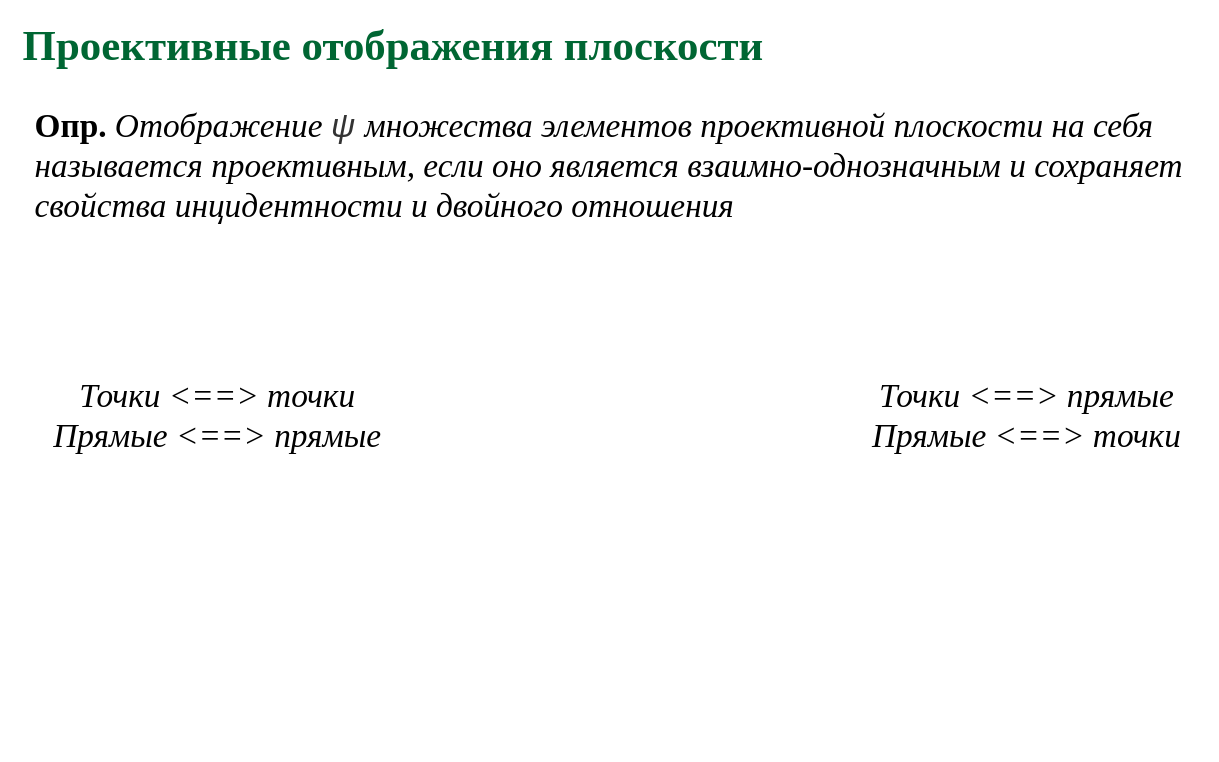
This is page "p06" (6 of 7) of slides/proj_mapp.drawio from amcp-pit/geom_course, a draw.io file, before an edit. Source tidied: cells renumbered, new cells numbered last; positions are measured from the earlier drawing's top-left corner, leaving out a move shared by most shapes. Both pictures are drawn from the tidied source at 119%, with x=0, y=0 at pixel (20, 33).
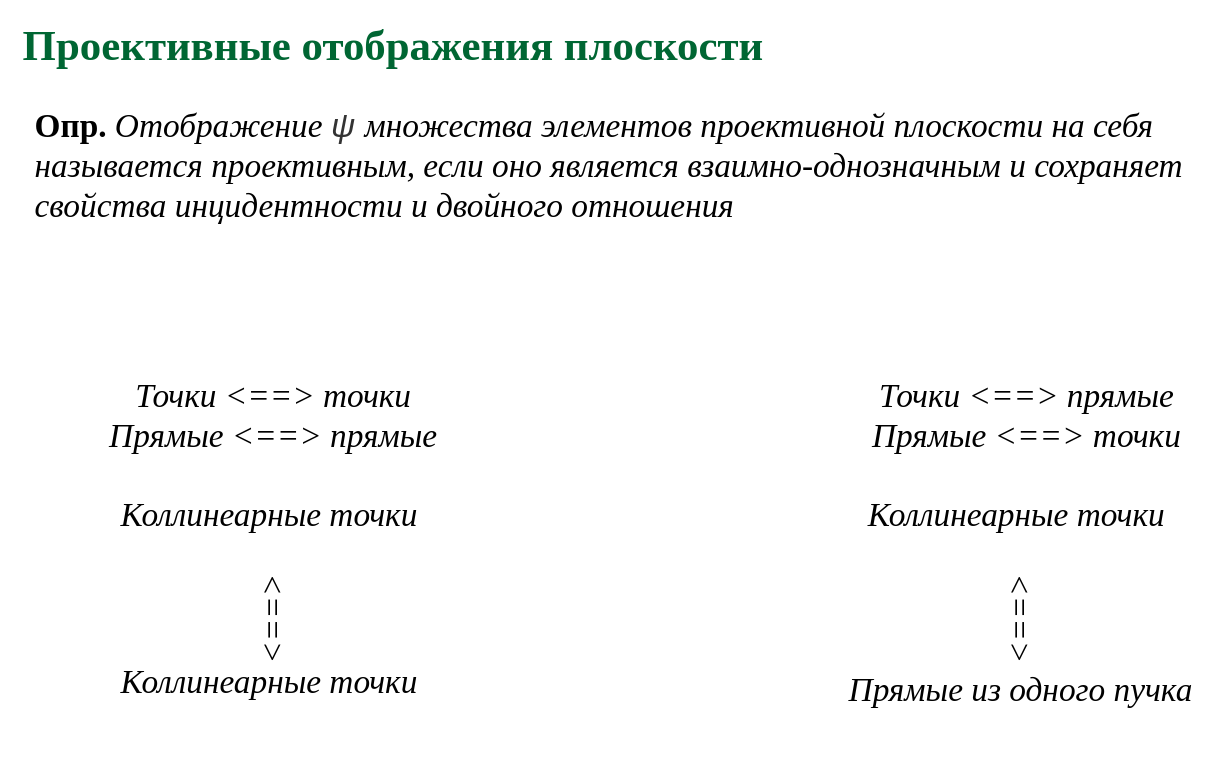
The same page after the edit.

Change to the diagram source:
```diff
@@
 <mxGraphModel>
   <root>
     <mxCell id="0" />
     <mxCell id="1" parent="0" />
     <mxCell id="2" value="&lt;font color=&quot;#006633&quot; face=&quot;garamond&quot;&gt;&lt;span style=&quot;font-size: 36px&quot;&gt;&lt;b&gt;Проективные отображения плоскости&lt;/b&gt;&lt;/span&gt;&lt;/font&gt;" style="text;html=1;align=left;verticalAlign=middle;whiteSpace=wrap;rounded=0;" parent="1" vertex="1">
       <mxGeometry width="920" height="20" as="geometry" />
     </mxCell>
     <mxCell id="3" value="&lt;font face=&quot;Times New Roman&quot; style=&quot;font-size: 28px&quot;&gt;&lt;i&gt;Точки &amp;lt;==&amp;gt; точки&lt;br&gt;Прямые &amp;lt;==&amp;gt; прямые&lt;/i&gt;&lt;/font&gt;" style="text;html=1;align=center;verticalAlign=middle;" parent="1" vertex="1">
-      <mxGeometry x="20" y="301" width="290" height="40" as="geometry" />
+      <mxGeometry x="67" y="301" width="290" height="40" as="geometry" />
     </mxCell>
     <mxCell id="4" value="&lt;font face=&quot;Times New Roman&quot; style=&quot;font-size: 28px&quot;&gt;&lt;i&gt;Точки &amp;lt;==&amp;gt; прямые&lt;br&gt;Прямые &amp;lt;==&amp;gt; точки&lt;/i&gt;&lt;/font&gt;" style="text;html=1;align=center;verticalAlign=middle;" parent="1" vertex="1">
       <mxGeometry x="705" y="301" width="280" height="40" as="geometry" />
     </mxCell>
     <mxCell id="5" value="&lt;div&gt;&lt;/div&gt;&lt;b style=&quot;font-size: 28px ; font-family: &amp;#34;times new roman&amp;#34;&quot;&gt;Опр.&lt;/b&gt;&lt;span style=&quot;font-size: 28px ; font-family: &amp;#34;times new roman&amp;#34;&quot;&gt;&amp;nbsp;&lt;/span&gt;&lt;i style=&quot;font-size: 28px ; font-family: &amp;#34;times new roman&amp;#34;&quot;&gt;Отображение&amp;nbsp;&lt;/i&gt;&lt;span style=&quot;color: rgb(51 , 51 , 51) ; font-family: &amp;#34;u0000&amp;#34; ; font-size: 28px ; text-align: center ; background-color: rgb(255 , 255 , 255)&quot;&gt;&lt;i&gt;ψ&lt;/i&gt;&amp;nbsp;&lt;/span&gt;&lt;i style=&quot;font-size: 28px&quot;&gt;&lt;font face=&quot;times new roman&quot;&gt;множества элементов проективной плоскости на себя&amp;nbsp;&lt;br&gt;&lt;/font&gt;&lt;/i&gt;&lt;i style=&quot;font-size: 28px ; font-family: &amp;#34;times new roman&amp;#34;&quot;&gt;называется&amp;nbsp;&lt;/i&gt;&lt;font face=&quot;Times New Roman&quot; style=&quot;font-size: 28px&quot;&gt;&lt;i&gt;&lt;font face=&quot;Times New Roman&quot;&gt;&lt;i&gt;проективным, если оно является взаимно-однозначным и сохраняет &lt;br&gt;свойства инцидентности и двойного отношения&amp;nbsp;&lt;/i&gt;&lt;/font&gt;&lt;/i&gt;&lt;/font&gt;" style="text;html=1;align=left;verticalAlign=middle;" parent="1" vertex="1">
       <mxGeometry x="10" y="81" width="980" height="60" as="geometry" />
     </mxCell>
+    <mxCell id="6" value="&lt;font face=&quot;Times New Roman&quot; style=&quot;font-size: 28px&quot;&gt;&lt;i&gt;Коллинеарные точки&amp;nbsp;&lt;br&gt;&lt;br&gt;&lt;/i&gt;&lt;/font&gt;" style="text;html=1;align=center;verticalAlign=middle;" parent="1" vertex="1">
+      <mxGeometry x="77" y="401" width="270" height="40" as="geometry" />
+    </mxCell>
+    <mxCell id="7" value="&lt;font face=&quot;Times New Roman&quot; style=&quot;font-size: 28px&quot;&gt;&lt;i&gt;Коллинеарные точки&amp;nbsp;&lt;br&gt;&lt;br&gt;&lt;/i&gt;&lt;/font&gt;" style="text;html=1;align=center;verticalAlign=middle;" parent="1" vertex="1">
+      <mxGeometry x="77" y="541" width="270" height="40" as="geometry" />
+    </mxCell>
+    <mxCell id="8" value="&lt;font face=&quot;Times New Roman&quot; style=&quot;font-size: 28px&quot;&gt;&lt;i&gt;&amp;lt;==&amp;gt;&lt;br&gt;&lt;/i&gt;&lt;/font&gt;" style="text;html=1;align=center;verticalAlign=middle;rotation=90;" parent="1" vertex="1">
+      <mxGeometry x="167" y="481" width="90" height="20" as="geometry" />
+    </mxCell>
+    <mxCell id="9" value="&lt;font face=&quot;Times New Roman&quot; style=&quot;font-size: 28px&quot;&gt;&lt;i&gt;Коллинеарные точки&amp;nbsp;&lt;br&gt;&lt;br&gt;&lt;/i&gt;&lt;/font&gt;" style="text;html=1;align=center;verticalAlign=middle;" parent="1" vertex="1">
+      <mxGeometry x="705" y="401" width="270" height="40" as="geometry" />
+    </mxCell>
+    <mxCell id="10" value="&lt;font face=&quot;Times New Roman&quot; style=&quot;font-size: 28px&quot;&gt;&lt;i&gt;&amp;lt;==&amp;gt;&lt;br&gt;&lt;/i&gt;&lt;/font&gt;" style="text;html=1;align=center;verticalAlign=middle;rotation=90;" parent="1" vertex="1">
+      <mxGeometry x="795" y="481" width="90" height="20" as="geometry" />
+    </mxCell>
+    <mxCell id="11" value="&lt;font face=&quot;Times New Roman&quot; style=&quot;font-size: 28px&quot;&gt;&lt;i&gt;Прямые из одного пучка&lt;br&gt;&lt;/i&gt;&lt;/font&gt;" style="text;html=1;align=center;verticalAlign=middle;" parent="1" vertex="1">
+      <mxGeometry x="690" y="541" width="300" height="20" as="geometry" />
+    </mxCell>
   </root>
 </mxGraphModel>
```
